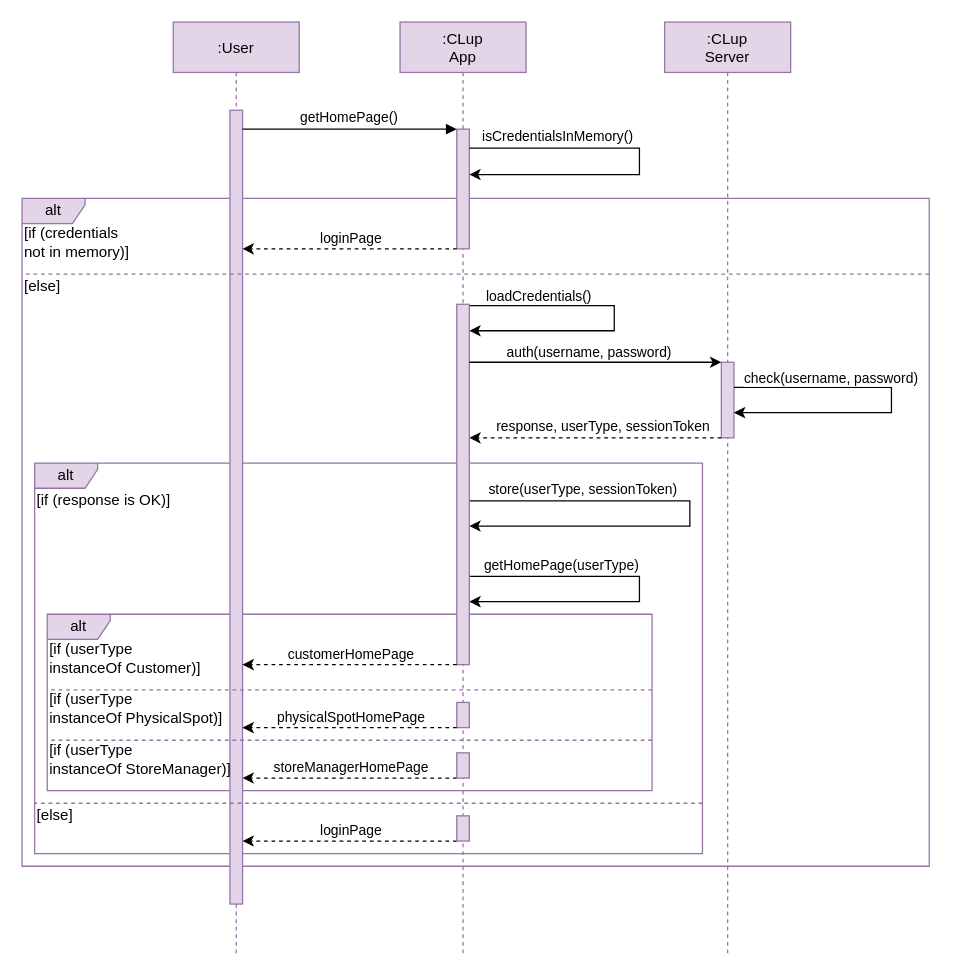
The draw.io diagram RASD/drawio_diagrams/getHomePage_sequence_diagram.drawio in damiano1996/DerinValencic, before the edit. Source tidied: cells renumbered, new cells numbered last; positions are measured from the earlier drawing's top-left corner, leaving out a move shared by most shapes. Both pictures are drawn from the tidied source at 126%, with x=0, y=0 at pixel (21, 21).
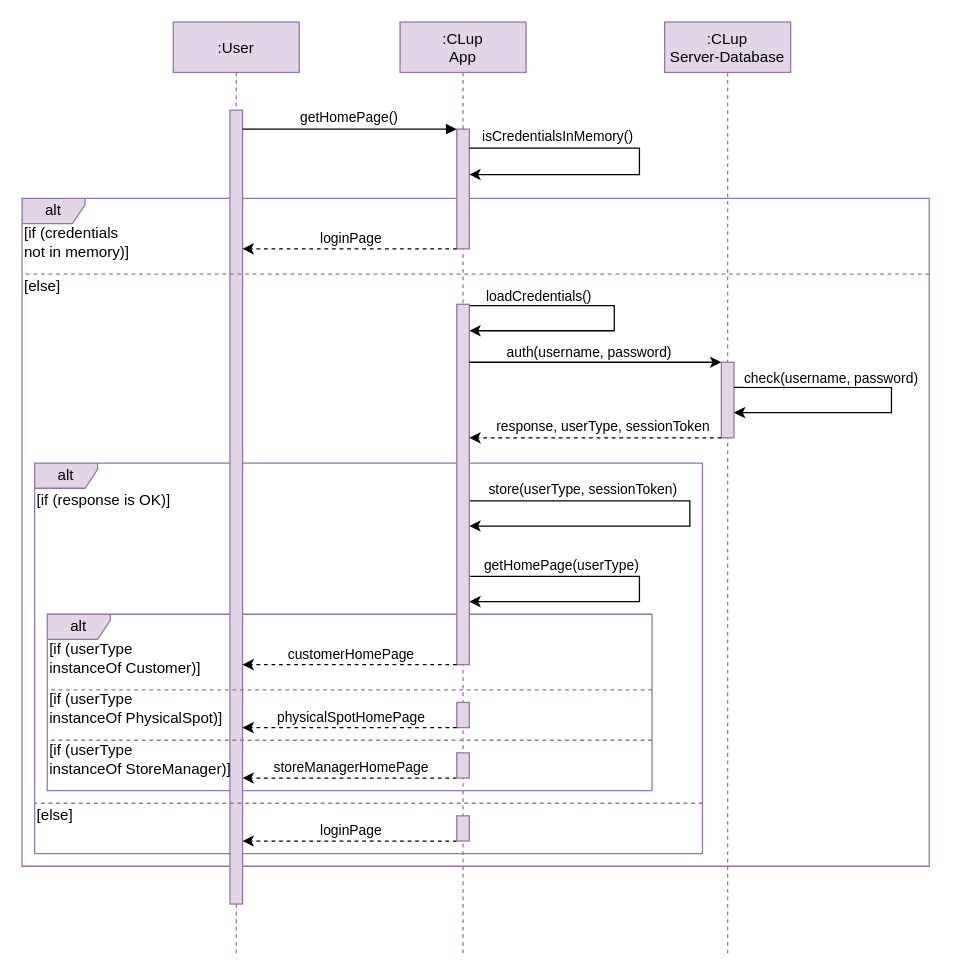
Above is the later version.

Diff of the diagram source:
```diff
@@
-    <mxCell id="20" value=":CLup&#10;Server" style="shape=umlLifeline;perimeter=lifelinePerimeter;rounded=0;shadow=0;strokeWidth=1;fillColor=#e1d5e7;strokeColor=#9673a6;size=40;" parent="1" vertex="1">
+    <mxCell id="20" value=":CLup&#10;Server-Database" style="shape=umlLifeline;perimeter=lifelinePerimeter;rounded=0;shadow=0;strokeWidth=1;fillColor=#e1d5e7;strokeColor=#9673a6;size=40;" parent="1" vertex="1">
       <mxGeometry x="510" width="100" height="740" as="geometry" />
     </mxCell>
```
